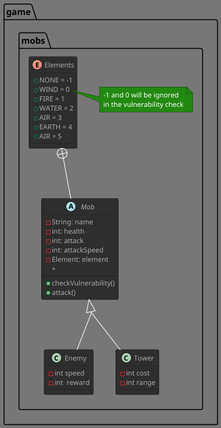
The PlantUML diagram doc/diagrams/export/TowerDefense.png in Jaggernaute/Tower-Defense, before a commit.
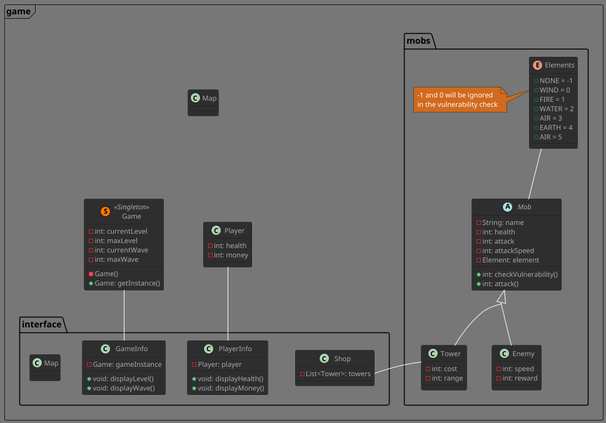
After the commit.

Commit message:
Update diagram export

Diff of the diagram source:
```diff
@@ -2,46 +2,85 @@
 !define DARKGREEN
 !include themes/style.puml
 
-package game.mobs{
-enum Elements {
-    + NONE = -1
-    + WIND = 0
-    + FIRE = 1
-    + WATER = 2
-    + AIR = 3
-    + EARTH = 4
-    + AIR = 5
-}
-note right of Elements::WIND
-  -1 and 0 will be ignored
-  in the vulnerability check
-end note
-
-Elements +-- Mob
-
-abstract class Mob {
-    - String: name
-    - int: health
-    - int: attack
-    - int: attackSpeed
-    - Element: element
-    + checkVulnerability()
-    + attack()
-    +
-}
+package game <<frame>> {
+    package mobs{
+        enum Elements {
+            + NONE = -1
+            + WIND = 0
+            + FIRE = 1
+            + WATER = 2
+            + AIR = 3
+            + EARTH = 4
+            + AIR = 5
+        }
+            note left of Elements::WIND #Chocolate
+              -1 and 0 will be ignored
+              in the vulnerability check
+            end note
 
 
-together {
-skinparam groupInheritance 2
-    class Tower extends Mob{
-        - int cost
-        - int range
+        Elements -- Mob
+
+        abstract class Mob {
+            - String: name
+            - int: health
+            - int: attack
+            - int: attackSpeed
+            - Element: element
+            + int: checkVulnerability()
+            + int: attack()
+        }
+
+
+        together {
+        skinparam groupInheritance 2
+            class Enemy extends Mob{
+                - int: speed
+                - int: reward
+            }
+            class Tower extends Mob{
+                - int: cost
+                - int: range
+            }
+        }
     }
-    class Enemy extends Mob{
-        - int speed
-        - int  reward
+    package interface {
+        Shop::towers --left-- Tower
+        class Shop {
+            - List<Tower>: towers
+        }
+        class PlayerInfo {
+            - Player: player
+            + void: displayHealth()
+            + void: displayMoney()
+        }
+        class GameInfo {
+            - Game: gameInstance
+            + void: displayLevel()
+            + void: displayWave()
+        }
+
+        class Map{
+        }
     }
-}
+    Player -- PlayerInfo
+    class Player {
+        - int: health
+        - int: money
+    }
+
+    Game -- GameInfo
+    class Game <<(S,#FF7700)Singleton>> {
+        - int: currentLevel
+        - int: maxLevel
+        - int: currentWave
+        - int: maxWave
+        - Game()
+        + Game: getInstance()
+    }
+
+    class Map {
+    }
 }
 
 
```
